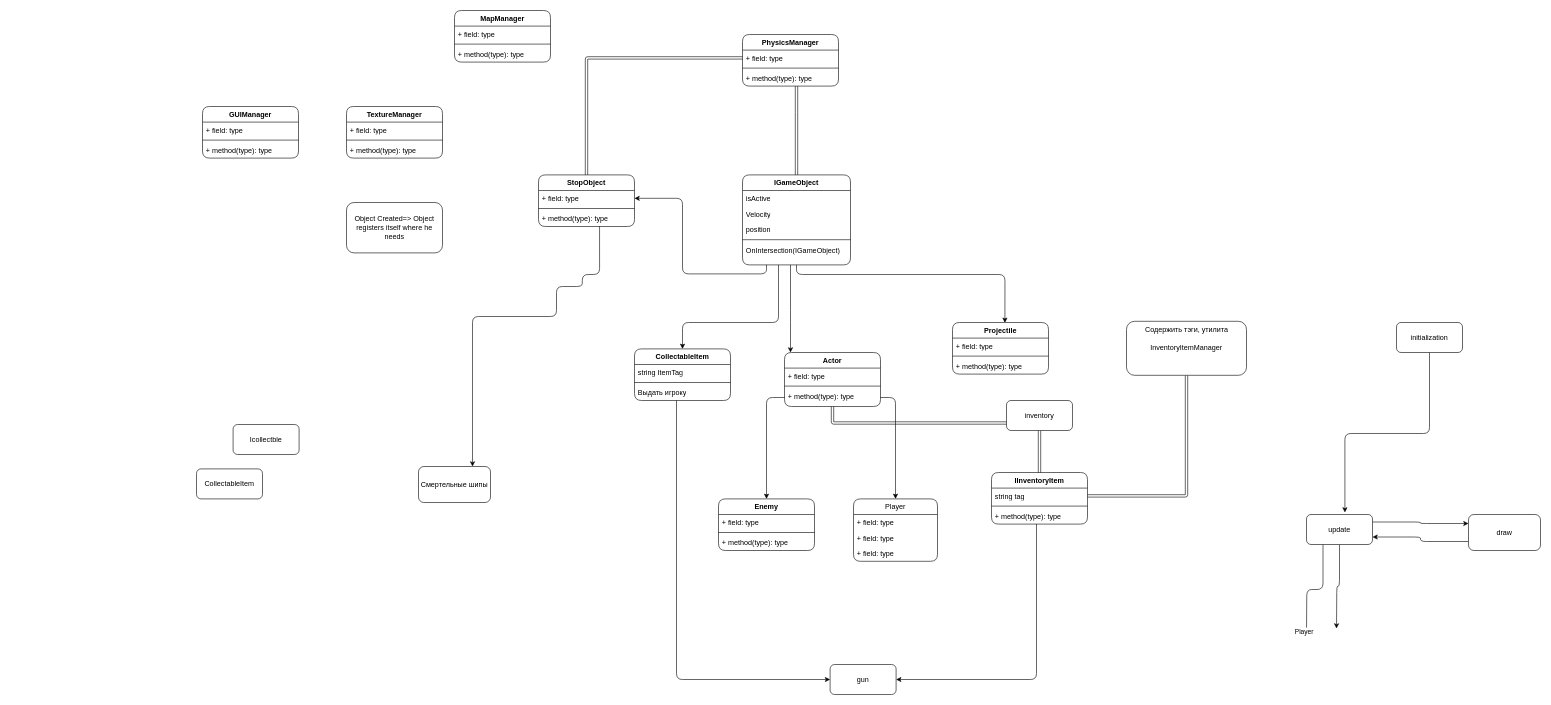
Above: Hackaton_2023.drawio in progtime-net/drawIOPlan (draw.io), before the change. Source tidied: cells renumbered, new cells numbered last; positions are measured from the earlier drawing's top-left corner, leaving out a move shared by most shapes. Both pictures are drawn from the tidied source at 60%, with x=0, y=0 at pixel (196, 10).
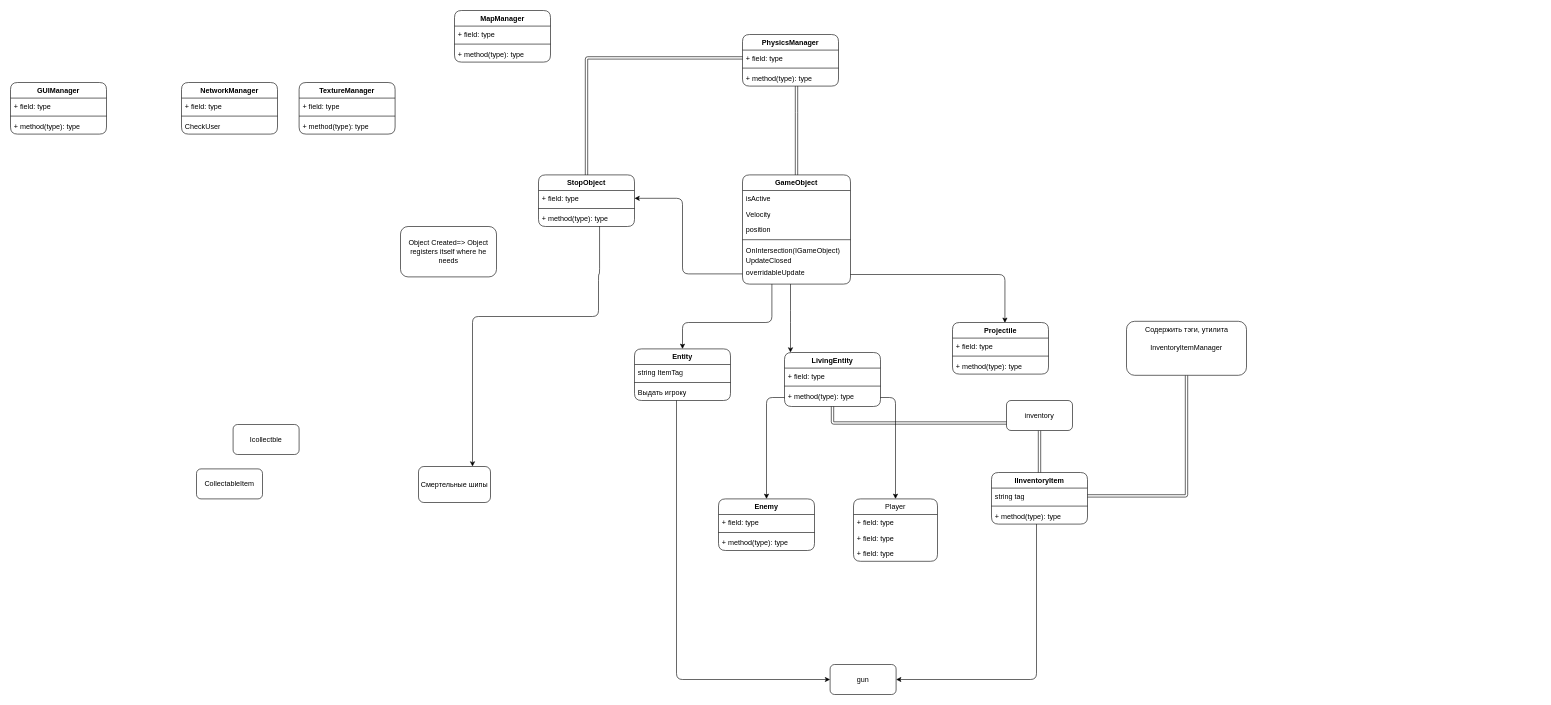
The same diagram, later.

The change refers to these unchanged cells:
```xml
<mxCell id="61" value="+ method(type): type" style="text;strokeColor=none;fillColor=none;align=left;verticalAlign=top;spacingLeft=4;spacingRight=4;overflow=hidden;points=[[0,0.5],[1,0.5]];portConstraint=eastwest;whiteSpace=wrap;html=1;rounded=1;" parent="58" vertex="1">
  <mxGeometry y="60" width="160" height="26" as="geometry" />
</mxCell>
<mxCell id="82" value="Смертельные шипы" style="whiteSpace=wrap;html=1;rounded=1;" parent="1" vertex="1">
  <mxGeometry x="370" y="760" width="120" height="60" as="geometry" />
</mxCell>
```

The edit, as a diff of the source:
```diff
@@
-    <mxCell id="2" style="edgeStyle=orthogonalEdgeStyle;rounded=1;jettySize=auto;html=1;exitX=0.5;exitY=1;exitDx=0;exitDy=0;entryX=0.582;entryY=-0.067;entryDx=0;entryDy=0;entryPerimeter=0;" parent="1" edge="1" source="3" target="8">
-      <mxGeometry relative="1" as="geometry" />
-    </mxCell>
-    <mxCell id="3" value="initialization&lt;br&gt;" style="html=1;whiteSpace=wrap;rounded=1;" parent="1" vertex="1">
-      <mxGeometry x="2000" y="520" width="110" height="50" as="geometry" />
-    </mxCell>
-    <mxCell id="4" style="edgeStyle=orthogonalEdgeStyle;rounded=1;jettySize=auto;html=1;exitX=1;exitY=0.25;exitDx=0;exitDy=0;entryX=0;entryY=0.25;entryDx=0;entryDy=0;" parent="1" edge="1" source="8" target="10">
-      <mxGeometry relative="1" as="geometry" />
-    </mxCell>
-    <mxCell id="5" style="edgeStyle=orthogonalEdgeStyle;rounded=1;jettySize=auto;html=1;exitX=0.25;exitY=1;exitDx=0;exitDy=0;" parent="1" edge="1" source="8">
-      <mxGeometry relative="1" as="geometry">
-        <mxPoint x="1850" y="1040" as="targetPoint" />
-      </mxGeometry>
-    </mxCell>
-    <mxCell id="6" value="Player&lt;br&gt;" style="edgeLabel;html=1;align=center;verticalAlign=middle;rounded=1;" parent="5" vertex="1">
-      <mxGeometry x="0.94" y="-5" relative="1" as="geometry" />
-    </mxCell>
-    <mxCell id="7" style="edgeStyle=orthogonalEdgeStyle;rounded=1;jettySize=auto;html=1;exitX=0.5;exitY=1;exitDx=0;exitDy=0;" parent="1" edge="1" source="8">
-      <mxGeometry relative="1" as="geometry">
-        <mxPoint x="1900" y="1030" as="targetPoint" />
-      </mxGeometry>
-    </mxCell>
-    <mxCell id="8" value="update" style="html=1;whiteSpace=wrap;rounded=1;" parent="1" vertex="1">
-      <mxGeometry x="1850" y="840" width="110" height="50" as="geometry" />
-    </mxCell>
-    <mxCell id="9" style="edgeStyle=orthogonalEdgeStyle;rounded=1;jettySize=auto;html=1;exitX=0;exitY=0.75;exitDx=0;exitDy=0;entryX=1;entryY=0.75;entryDx=0;entryDy=0;" parent="1" edge="1" source="10" target="8">
-      <mxGeometry relative="1" as="geometry" />
-    </mxCell>
-    <mxCell id="10" value="draw" style="whiteSpace=wrap;html=1;rounded=1;" parent="1" vertex="1">
-      <mxGeometry x="2120" y="840" width="120" height="60" as="geometry" />
-    </mxCell>
-    <mxCell id="11" value="Actor" style="swimlane;fontStyle=1;align=center;verticalAlign=top;horizontal=1;startSize=26;whiteSpace=wrap;html=1;rounded=1;" parent="1" vertex="1">
+    <mxCell id="11" value="LivingEntity" style="swimlane;fontStyle=1;align=center;verticalAlign=top;horizontal=1;startSize=26;whiteSpace=wrap;html=1;rounded=1;" parent="1" vertex="1">
       <mxGeometry x="980" y="570" width="160" height="90" as="geometry" />
     </mxCell>
@@
     <mxCell id="25" value="TextureManager" style="swimlane;fontStyle=1;align=center;verticalAlign=top;horizontal=1;startSize=26;whiteSpace=wrap;html=1;rounded=1;" parent="1" vertex="1">
-      <mxGeometry x="250" y="160" width="160" height="86" as="geometry" />
+      <mxGeometry x="171" y="120" width="160" height="86" as="geometry" />
     </mxCell>
@@
     <mxCell id="29" value="GUIManager" style="swimlane;fontStyle=1;align=center;verticalAlign=top;horizontal=1;startSize=26;whiteSpace=wrap;html=1;rounded=1;" parent="1" vertex="1">
-      <mxGeometry x="10" y="160" width="160" height="86" as="geometry" />
+      <mxGeometry x="-310" y="120" width="160" height="86" as="geometry" />
     </mxCell>
@@
     <mxCell id="40" style="edgeStyle=orthogonalEdgeStyle;rounded=1;jettySize=auto;html=1;entryX=0.75;entryY=0;entryDx=0;entryDy=0;exitX=0.636;exitY=0.987;exitDx=0;exitDy=0;exitPerimeter=0;" parent="1" edge="1" source="61" target="82">
       <mxGeometry relative="1" as="geometry">
         <Array as="points">
           <mxPoint x="672" y="440" />
-          <mxPoint x="643" y="440" />
-          <mxPoint x="643" y="460" />
-          <mxPoint x="600" y="460" />
-          <mxPoint x="600" y="510" />
+          <mxPoint x="670" y="440" />
+          <mxPoint x="670" y="510" />
           <mxPoint x="460" y="510" />
         </Array>
       </mxGeometry>
     </mxCell>
-    <mxCell id="41" value="IGameObject" style="swimlane;fontStyle=1;align=center;verticalAlign=top;horizontal=1;startSize=26;whiteSpace=wrap;html=1;rounded=1;" parent="1" vertex="1">
-      <mxGeometry x="910" y="274" width="180" height="150" as="geometry" />
+    <mxCell id="41" value="GameObject" style="swimlane;fontStyle=1;align=center;verticalAlign=top;horizontal=1;startSize=26;whiteSpace=wrap;html=1;rounded=1;" parent="1" vertex="1">
+      <mxGeometry x="910" y="274" width="180" height="182" as="geometry" />
     </mxCell>
@@
-    <mxCell id="44" value="position" style="text;strokeColor=none;fillColor=none;align=left;verticalAlign=top;spacingLeft=4;spacingRight=4;overflow=hidden;whiteSpace=wrap;html=1;rounded=1;" parent="41" vertex="1">
+    <mxCell id="44" value="position&lt;br&gt;" style="text;strokeColor=none;fillColor=none;align=left;verticalAlign=top;spacingLeft=4;spacingRight=4;overflow=hidden;whiteSpace=wrap;html=1;rounded=1;" parent="41" vertex="1">
       <mxGeometry y="78" width="180" height="26" as="geometry" />
     </mxCell>
@@
     <mxCell id="46" value="OnIntersection(IGameObject)" style="text;strokeColor=none;fillColor=none;align=left;verticalAlign=top;spacingLeft=4;spacingRight=4;overflow=hidden;points=[[0,0.5],[1,0.5]];portConstraint=eastwest;whiteSpace=wrap;html=1;rounded=1;" parent="41" vertex="1">
-      <mxGeometry y="112" width="180" height="38" as="geometry" />
+      <mxGeometry y="112" width="180" height="18" as="geometry" />
     </mxCell>
+    <mxCell id="83" value="UpdateClosed" style="text;strokeColor=none;fillColor=none;align=left;verticalAlign=top;spacingLeft=4;spacingRight=4;overflow=hidden;whiteSpace=wrap;html=1;rounded=1;" parent="41" vertex="1">
+      <mxGeometry y="130" width="180" height="20" as="geometry" />
+    </mxCell>
+    <mxCell id="84" value="overridableUpdate" style="text;strokeColor=none;fillColor=none;align=left;verticalAlign=top;spacingLeft=4;spacingRight=4;overflow=hidden;whiteSpace=wrap;html=1;rounded=1;" parent="41" vertex="1">
+      <mxGeometry y="150" width="180" height="32" as="geometry" />
+    </mxCell>
@@
-    <mxCell id="53" value="CollectableItem" style="swimlane;fontStyle=1;align=center;verticalAlign=top;horizontal=1;startSize=26;whiteSpace=wrap;html=1;rounded=1;" parent="1" vertex="1">
+    <mxCell id="53" value="Entity" style="swimlane;fontStyle=1;align=center;verticalAlign=top;horizontal=1;startSize=26;whiteSpace=wrap;html=1;rounded=1;" parent="1" vertex="1">
       <mxGeometry x="730" y="564" width="160" height="86" as="geometry" />
     </mxCell>
@@
-    <mxCell id="57" style="edgeStyle=orthogonalEdgeStyle;rounded=1;jettySize=auto;html=1;entryX=0.5;entryY=0;entryDx=0;entryDy=0;" parent="1" edge="1" source="46" target="53">
+    <mxCell id="57" style="edgeStyle=orthogonalEdgeStyle;rounded=1;jettySize=auto;html=1;entryX=0.5;entryY=0;entryDx=0;entryDy=0;" parent="1" edge="1" source="41" target="53">
       <mxGeometry relative="1" as="geometry">
         <Array as="points">
-          <mxPoint x="970" y="520" />
+          <mxPoint x="959" y="520" />
           <mxPoint x="810" y="520" />
         </Array>
       </mxGeometry>
     </mxCell>
@@
     <mxCell id="63" value="Object Created=&amp;gt; Object registers itself where he needs" style="html=1;whiteSpace=wrap;rounded=1;" parent="1" vertex="1">
-      <mxGeometry x="250" y="320" width="160" height="84" as="geometry" />
+      <mxGeometry x="340" y="360" width="160" height="84" as="geometry" />
     </mxCell>
@@
+    <mxCell id="85" value="NetworkManager&lt;br&gt;" style="swimlane;fontStyle=1;align=center;verticalAlign=top;horizontal=1;startSize=26;whiteSpace=wrap;html=1;rounded=1;" parent="1" vertex="1">
+      <mxGeometry x="-25" y="120" width="160" height="86" as="geometry" />
+    </mxCell>
+    <mxCell id="86" value="+ field: type" style="text;strokeColor=none;fillColor=none;align=left;verticalAlign=top;spacingLeft=4;spacingRight=4;overflow=hidden;whiteSpace=wrap;html=1;" parent="85" vertex="1">
+      <mxGeometry y="26" width="160" height="26" as="geometry" />
+    </mxCell>
+    <mxCell id="87" style="line;strokeWidth=1;fillColor=none;align=left;verticalAlign=middle;spacingTop=-1;spacingLeft=3;spacingRight=3;labelPosition=right;strokeColor=inherit;rounded=1;" parent="85" vertex="1">
+      <mxGeometry y="52" width="160" height="8" as="geometry" />
+    </mxCell>
+    <mxCell id="88" value="CheckUser" style="text;strokeColor=none;fillColor=none;align=left;verticalAlign=top;spacingLeft=4;spacingRight=4;overflow=hidden;whiteSpace=wrap;html=1;" parent="85" vertex="1">
+      <mxGeometry y="60" width="160" height="26" as="geometry" />
+    </mxCell>
```
